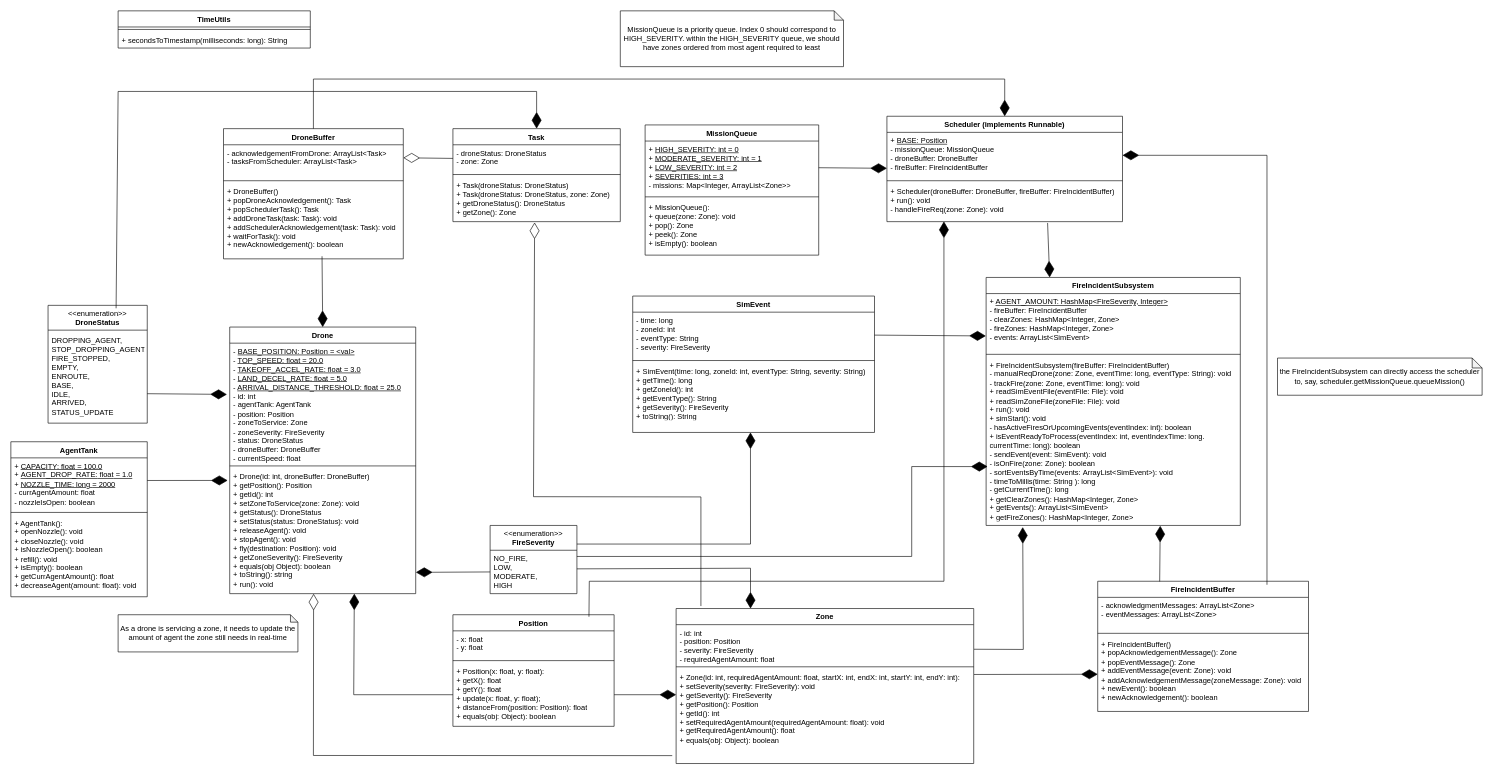
The draw.io diagram docs/fire_drone_swarm_class.drawio in hubertdang/fire-drone-swarm, before the edit. Source tidied: cells renumbered, new cells numbered last; positions are measured from the earlier drawing's top-left corner, leaving out a move shared by most shapes. Both pictures are drawn from the tidied source at 62%, with x=0, y=0 at pixel (11, 11).
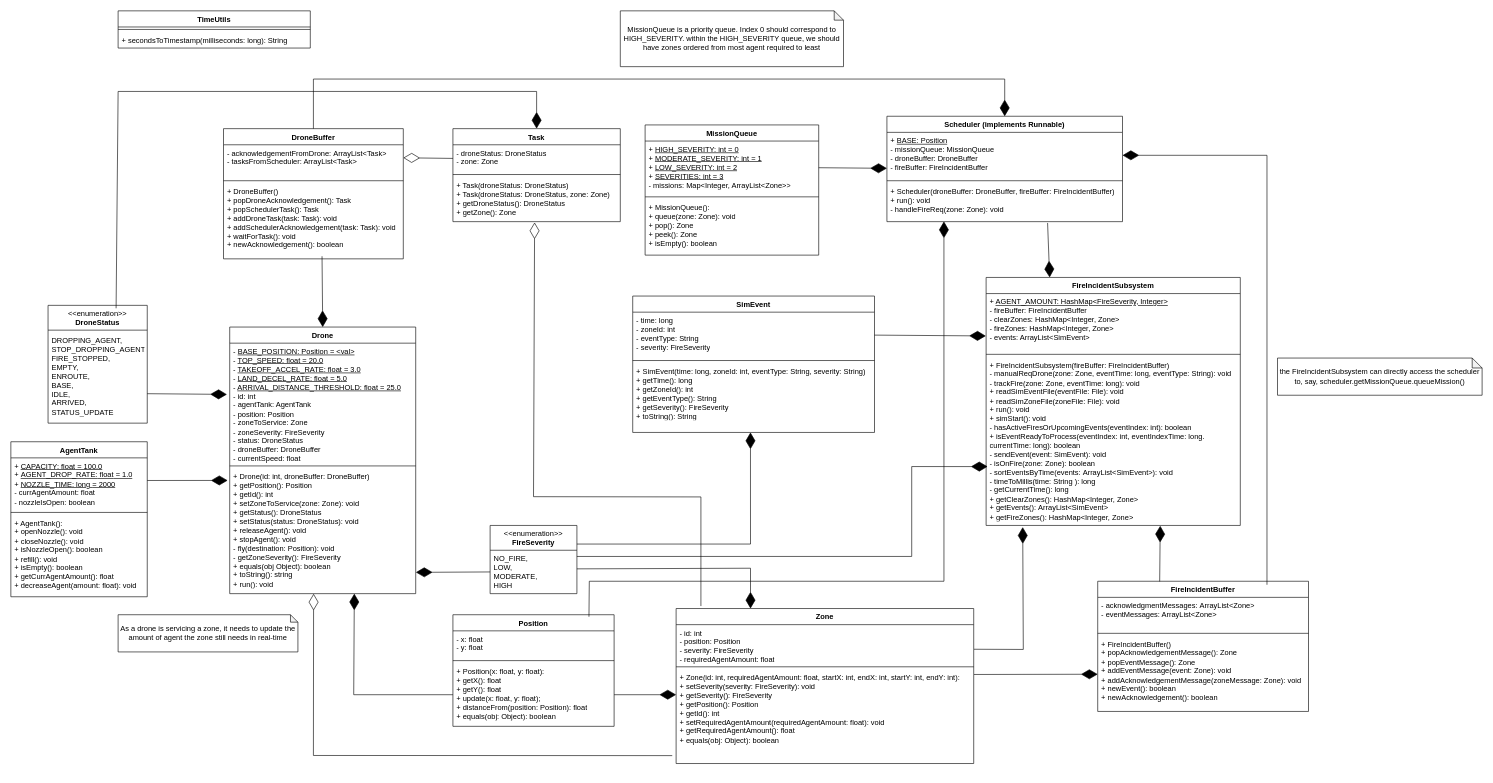
The same page after the edit.

Unchanged cells that the change refers to:
```xml
<mxCell id="10" value="Drone" style="swimlane;fontStyle=1;align=center;verticalAlign=top;horizontal=1;startSize=26;whiteSpace=wrap;html=1;" parent="1" vertex="1">
  <mxGeometry x="353" y="510" width="300" height="430" as="geometry" />
</mxCell>
```

What changed in the source:
```diff
@@
-    <mxCell id="13" value="+ Drone(id: int, droneBuffer: DroneBuffer)&lt;div&gt;+ getPosition(): Position&lt;/div&gt;&lt;div&gt;+ getId(): int&lt;/div&gt;&lt;div&gt;+ setZoneToService(zone: Zone): void&lt;/div&gt;&lt;div&gt;+ getStatus(): DroneStatus&lt;/div&gt;&lt;div&gt;+ setStatus(status: DroneStatus): void&lt;/div&gt;&lt;div&gt;+ releaseAgent(): void&lt;/div&gt;&lt;div&gt;+ stopAgent(): void&lt;/div&gt;&lt;div&gt;+ fly(destination: Position): void&lt;/div&gt;&lt;div&gt;+ getZoneSeverity(): FireSeverity&lt;/div&gt;&lt;div&gt;&lt;span style=&quot;background-color: transparent; color: light-dark(rgb(0, 0, 0), rgb(255, 255, 255));&quot;&gt;+ equals(obj Object): boolean&lt;/span&gt;&lt;/div&gt;&lt;div&gt;&lt;span style=&quot;background-color: transparent; color: light-dark(rgb(0, 0, 0), rgb(255, 255, 255));&quot;&gt;+ toString(): string&lt;/span&gt;&lt;/div&gt;&lt;div&gt;+ run(): void&lt;/div&gt;" style="text;strokeColor=none;fillColor=none;align=left;verticalAlign=top;spacingLeft=4;spacingRight=4;overflow=hidden;points=[[0,0.5],[1,0.5]];portConstraint=eastwest;whiteSpace=wrap;html=1;" parent="10" vertex="1">
+    <mxCell id="13" value="+ Drone(id: int, droneBuffer: DroneBuffer)&lt;div&gt;+ getPosition(): Position&lt;/div&gt;&lt;div&gt;+ getId(): int&lt;/div&gt;&lt;div&gt;+ setZoneToService(zone: Zone): void&lt;/div&gt;&lt;div&gt;+ getStatus(): DroneStatus&lt;/div&gt;&lt;div&gt;+ setStatus(status: DroneStatus): void&lt;/div&gt;&lt;div&gt;+ releaseAgent(): void&lt;/div&gt;&lt;div&gt;+ stopAgent(): void&lt;/div&gt;&lt;div&gt;- fly(destination: Position): void&lt;/div&gt;&lt;div&gt;- getZoneSeverity(): FireSeverity&lt;/div&gt;&lt;div&gt;&lt;span style=&quot;background-color: transparent; color: light-dark(rgb(0, 0, 0), rgb(255, 255, 255));&quot;&gt;+ equals(obj Object): boolean&lt;/span&gt;&lt;/div&gt;&lt;div&gt;&lt;span style=&quot;background-color: transparent; color: light-dark(rgb(0, 0, 0), rgb(255, 255, 255));&quot;&gt;+ toString(): string&lt;/span&gt;&lt;/div&gt;&lt;div&gt;+ run(): void&lt;/div&gt;" style="text;strokeColor=none;fillColor=none;align=left;verticalAlign=top;spacingLeft=4;spacingRight=4;overflow=hidden;points=[[0,0.5],[1,0.5]];portConstraint=eastwest;whiteSpace=wrap;html=1;" parent="10" vertex="1">
       <mxGeometry y="228" width="300" height="202" as="geometry" />
     </mxCell>
```
